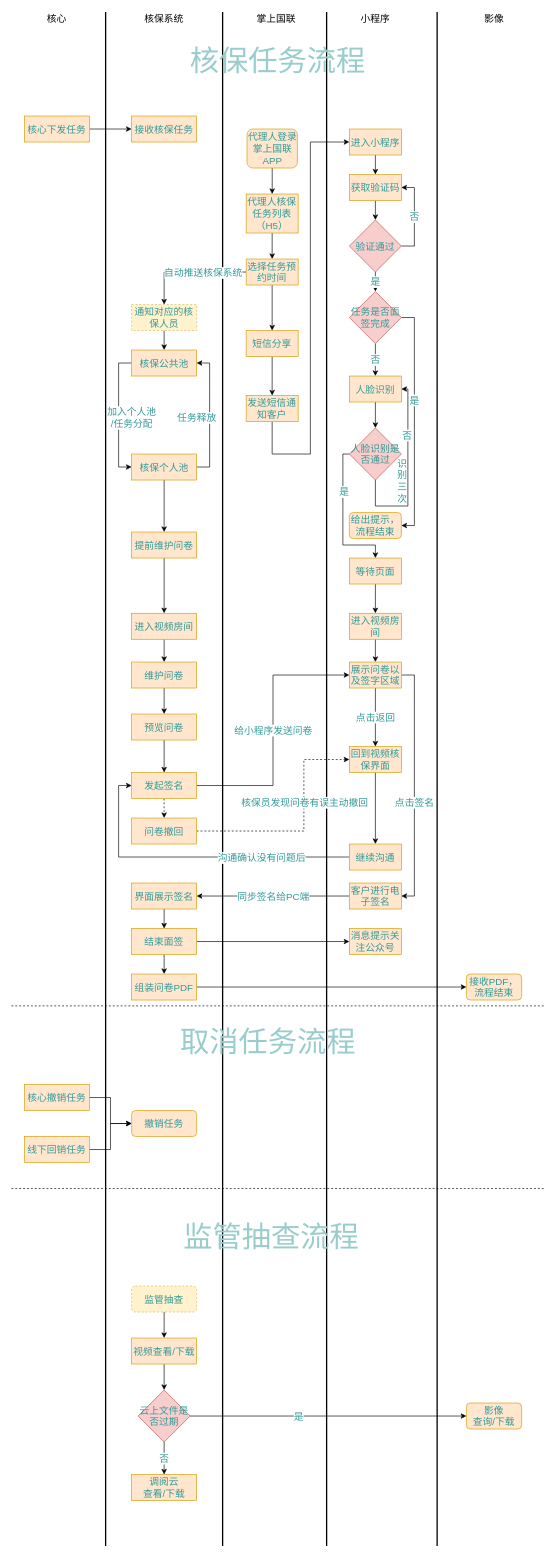
Earlier version of the draw.io diagram Untitled Diagram.drawio (slpgoblin/open-design). Source tidied: cells renumbered, new cells numbered last; positions are measured from the earlier drawing's top-left corner, leaving out a move shared by most shapes. Both pictures are drawn from the tidied source at 65%, with x=0, y=0 at pixel (11, 12).
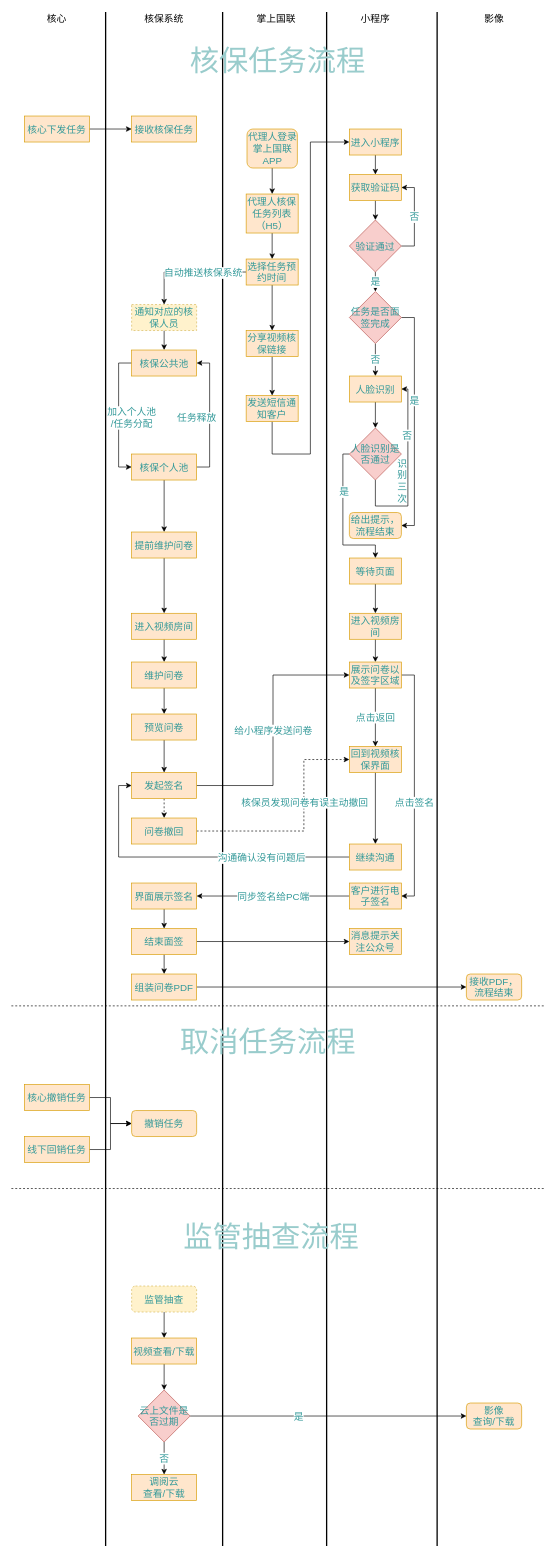
The same page after the edit.

Commit message:
短信分享 -> 分享视频核保链接

Diff of the diagram source:
```diff
@@
-    <mxCell id="29" value="短信分享" style="rounded=0;whiteSpace=wrap;html=1;fontSize=15;fillColor=#ffe6cc;strokeColor=#d79b00;fontColor=#339999;" parent="1" vertex="1">
+    <mxCell id="29" value="分享视频核保链接" style="rounded=0;whiteSpace=wrap;html=1;fontSize=15;fillColor=#ffe6cc;strokeColor=#d79b00;fontColor=#339999;" parent="1" vertex="1">
       <mxGeometry x="361.2" y="490" width="80" height="40" as="geometry" />
     </mxCell>
```
